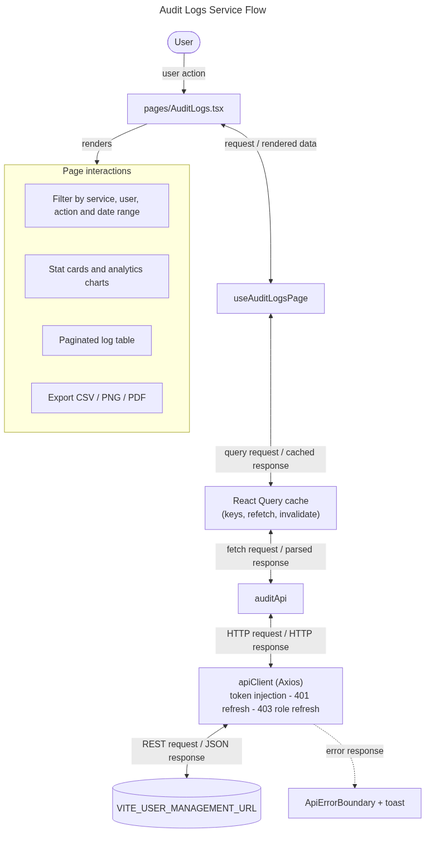
Earlier version of the Mermaid export docs/flowcharts/png/audit-logs.png (sayeeduddinofficial/user-table-view). Its source is kept beside it as docs/flowcharts/audit-logs.mmd.
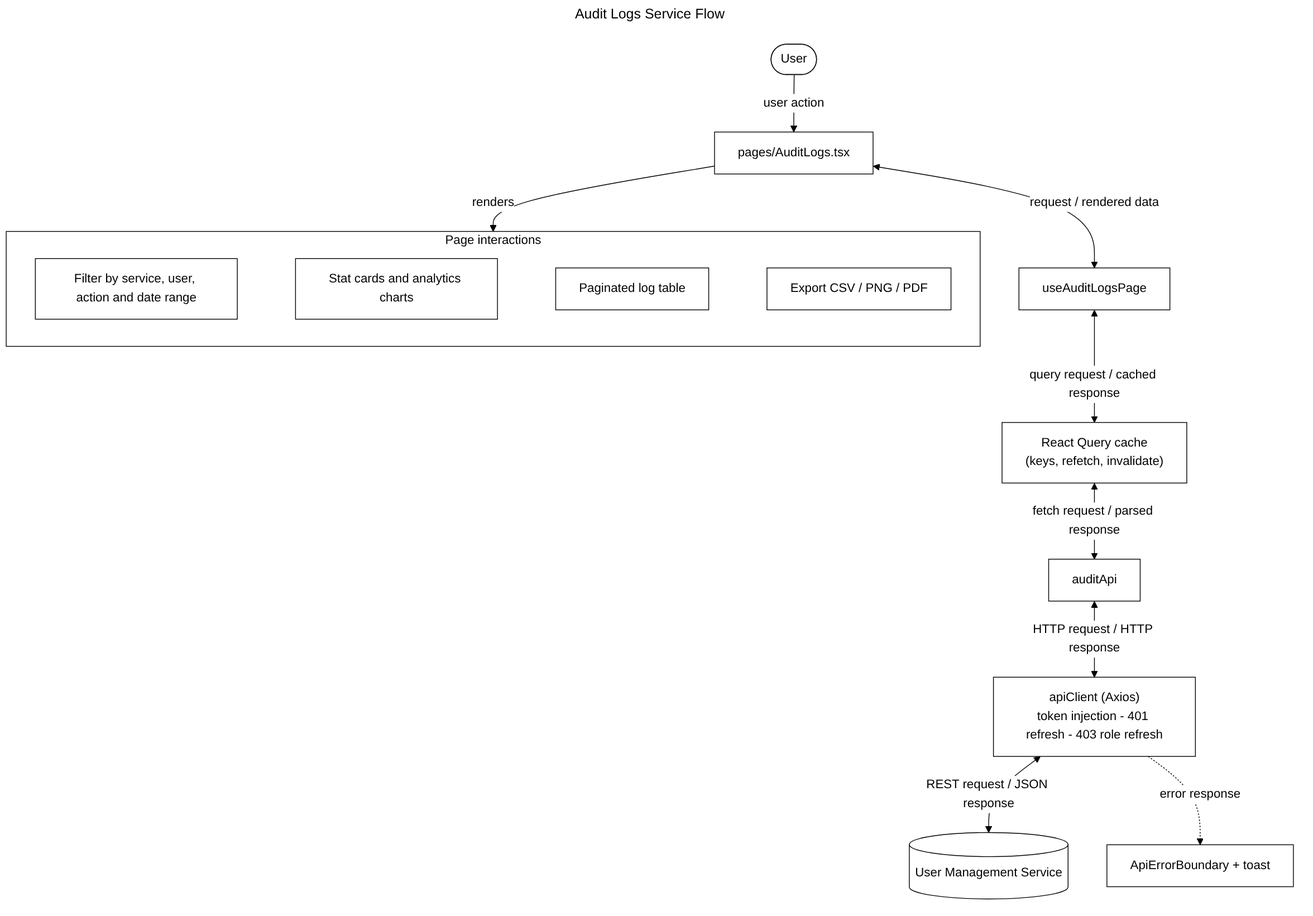
The same diagram one commit later.

What changed in the source:
```diff
@@ -7,12 +7,14 @@
   H <-->|"query request / cached response"| Q["React Query cache<br/>(keys, refetch, invalidate)"]
   Q <-->|"fetch request / parsed response"| A["auditApi"]
   A <-->|"HTTP request / HTTP response"| C["apiClient (Axios)<br/>token injection - 401 refresh - 403 role refresh"]
-  C <-->|"REST request / JSON response"| S[("VITE_USER_MANAGEMENT_URL")]
+  C <-->|"REST request / JSON response"| S[("User Management Service")]
   P -->|"renders"| UI
   subgraph UI[Page interactions]
+    direction LR
     S0["Filter by service, user, action and date range"]
     S1["Stat cards and analytics charts"]
     S2["Paginated log table"]
     S3["Export CSV / PNG / PDF"]
+    S0 ~~~ S1 ~~~ S2 ~~~ S3
   end
   C -. "error response" .-> E["ApiErrorBoundary + toast"]
```
